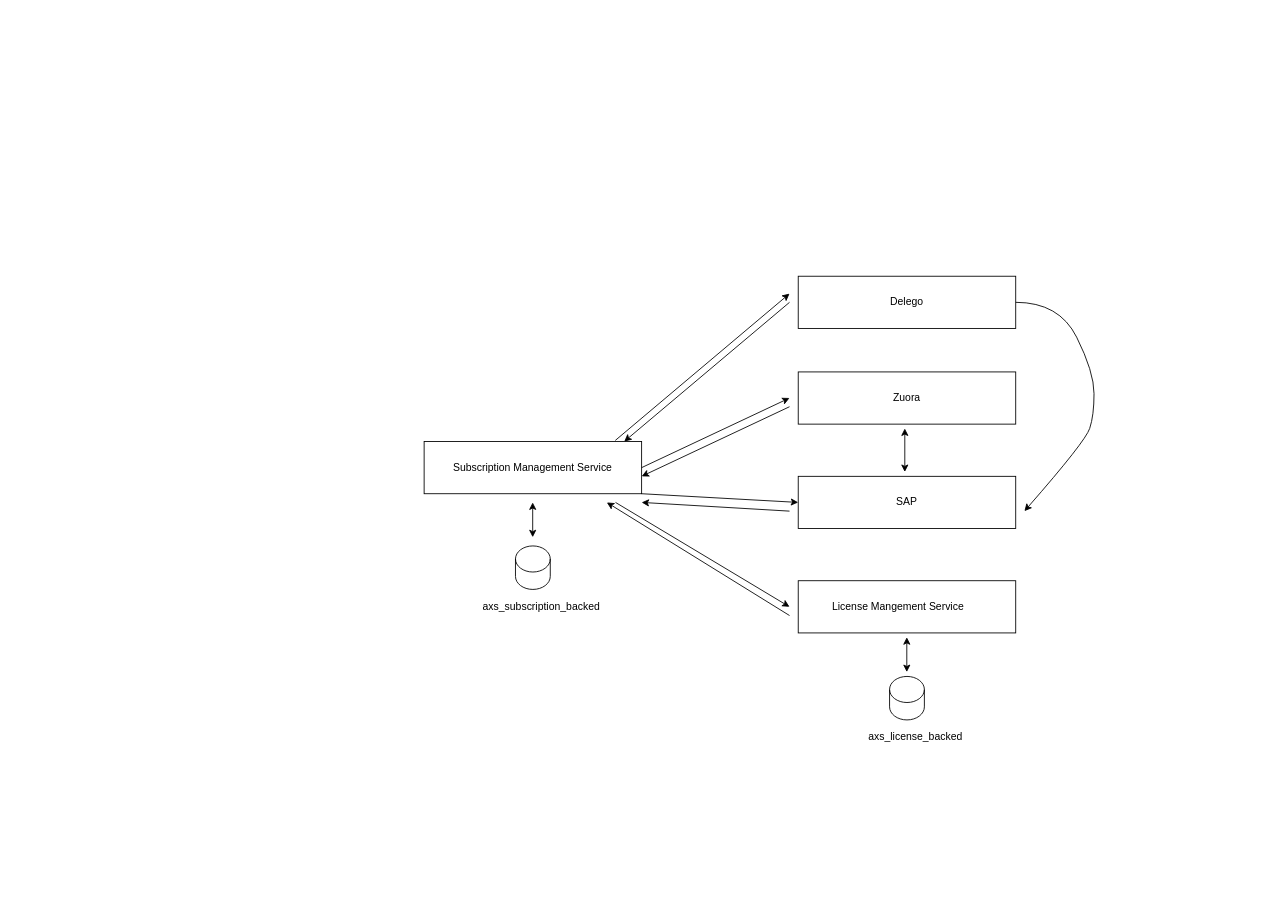
Above: Untitled Diagram.drawio in ankitverma5859/drawio (draw.io), before the change. Source tidied: cells renumbered, new cells numbered last; positions are measured from the earlier drawing's top-left corner, leaving out a move shared by most shapes. Both pictures are drawn from the tidied source at 87%, with x=0, y=0 at pixel (424, 276).
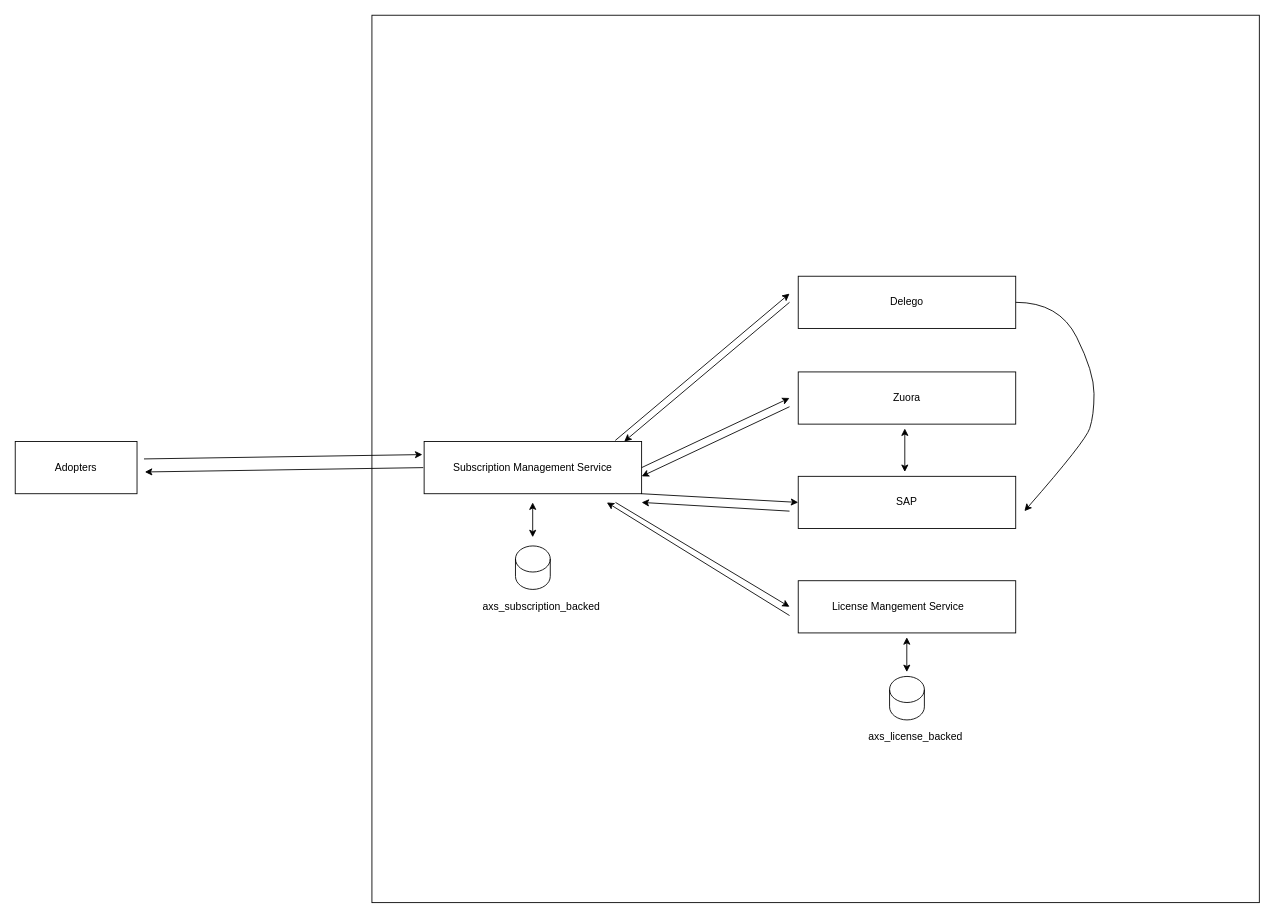
The same diagram, later.

Change to the diagram source:
```diff
@@
+    <mxCell id="29" style="whiteSpace=wrap;html=1;" parent="1" vertex="1">
+      <mxGeometry x="-60" y="-300" width="1020" height="1020" as="geometry" />
+    </mxCell>
@@
-    <mxCell id="10" style="rounded=0;whiteSpace=wrap;html=1;" parent="1" vertex="1">
+    <mxCell id="10" style="rounded=0;whiteSpace=wrap;html=1;fillColor=default;" parent="1" vertex="1">
       <mxGeometry x="430" width="250" height="60" as="geometry" />
     </mxCell>
@@
+    <mxCell id="30" style="rounded=0;whiteSpace=wrap;html=1;" parent="1" vertex="1">
+      <mxGeometry x="-470" y="190" width="140" height="60" as="geometry" />
+    </mxCell>
+    <mxCell id="31" value="Adopters" style="text;html=1;strokeColor=none;fillColor=none;align=center;verticalAlign=middle;whiteSpace=wrap;rounded=0;" parent="1" vertex="1">
+      <mxGeometry x="-430" y="205" width="60" height="30" as="geometry" />
+    </mxCell>
+    <mxCell id="32" style="endArrow=classic;html=1;rounded=0;entryX=0;entryY=0.25;entryDx=0;entryDy=0;" parent="1" edge="1">
+      <mxGeometry relative="1" as="geometry">
+        <mxPoint x="-322" y="210" as="sourcePoint" />
+        <mxPoint x="-2" y="205" as="targetPoint" />
+      </mxGeometry>
+    </mxCell>
+    <mxCell id="33" style="endArrow=classic;html=1;rounded=0;exitX=0;exitY=0.5;exitDx=0;exitDy=0;" parent="1" edge="1">
+      <mxGeometry relative="1" as="geometry">
+        <mxPoint x="-1" y="220" as="sourcePoint" />
+        <mxPoint x="-321" y="225" as="targetPoint" />
+      </mxGeometry>
+    </mxCell>
```
